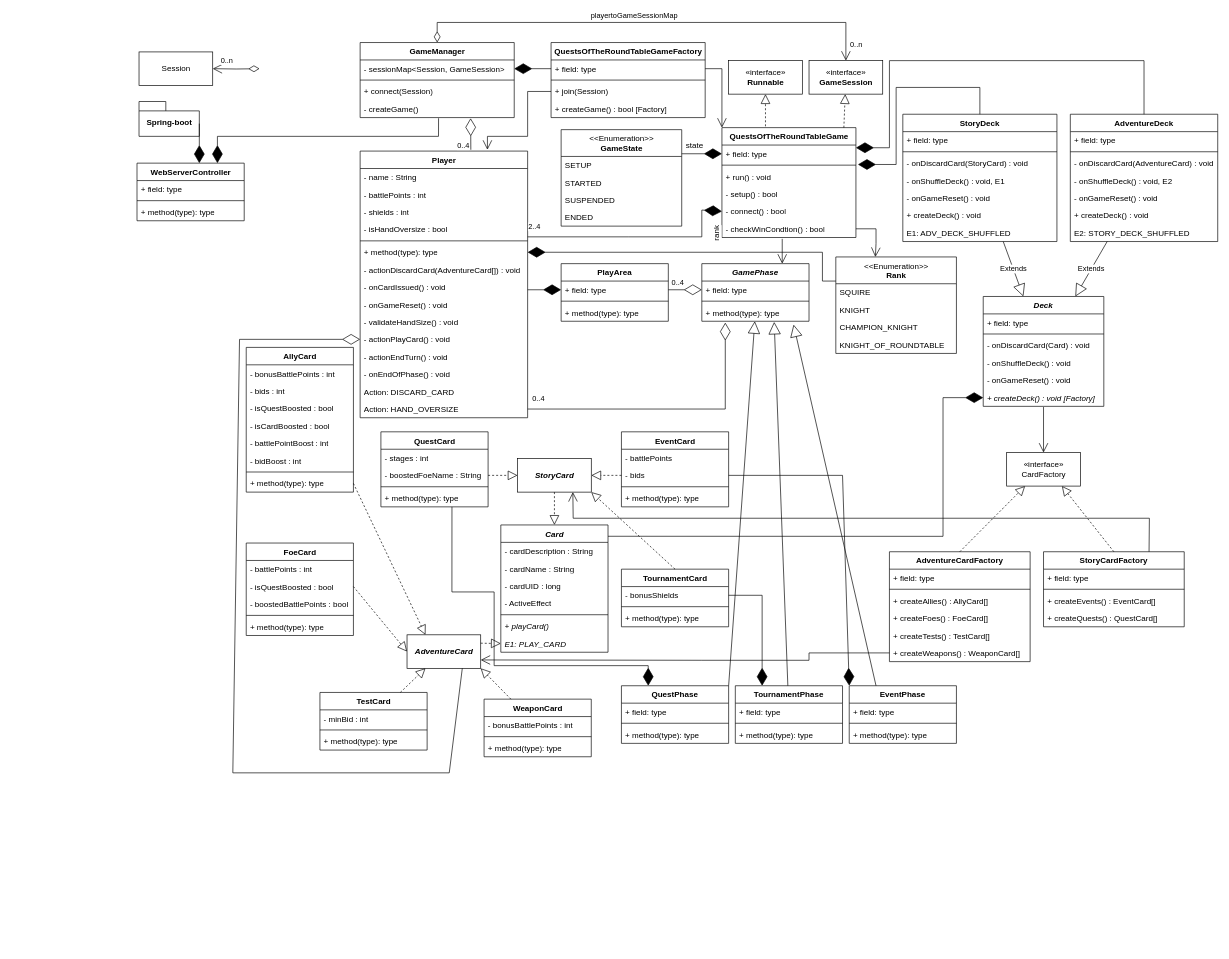
Earlier version of the draw.io diagram COMP3004G9Project-UML.drawio (Drazev/3004Project-Team9). Source tidied: cells renumbered, new cells numbered last; positions are measured from the earlier drawing's top-left corner, leaving out a move shared by most shapes. Both pictures are drawn from the tidied source at 67%, with x=0, y=0 at pixel (137, 22).
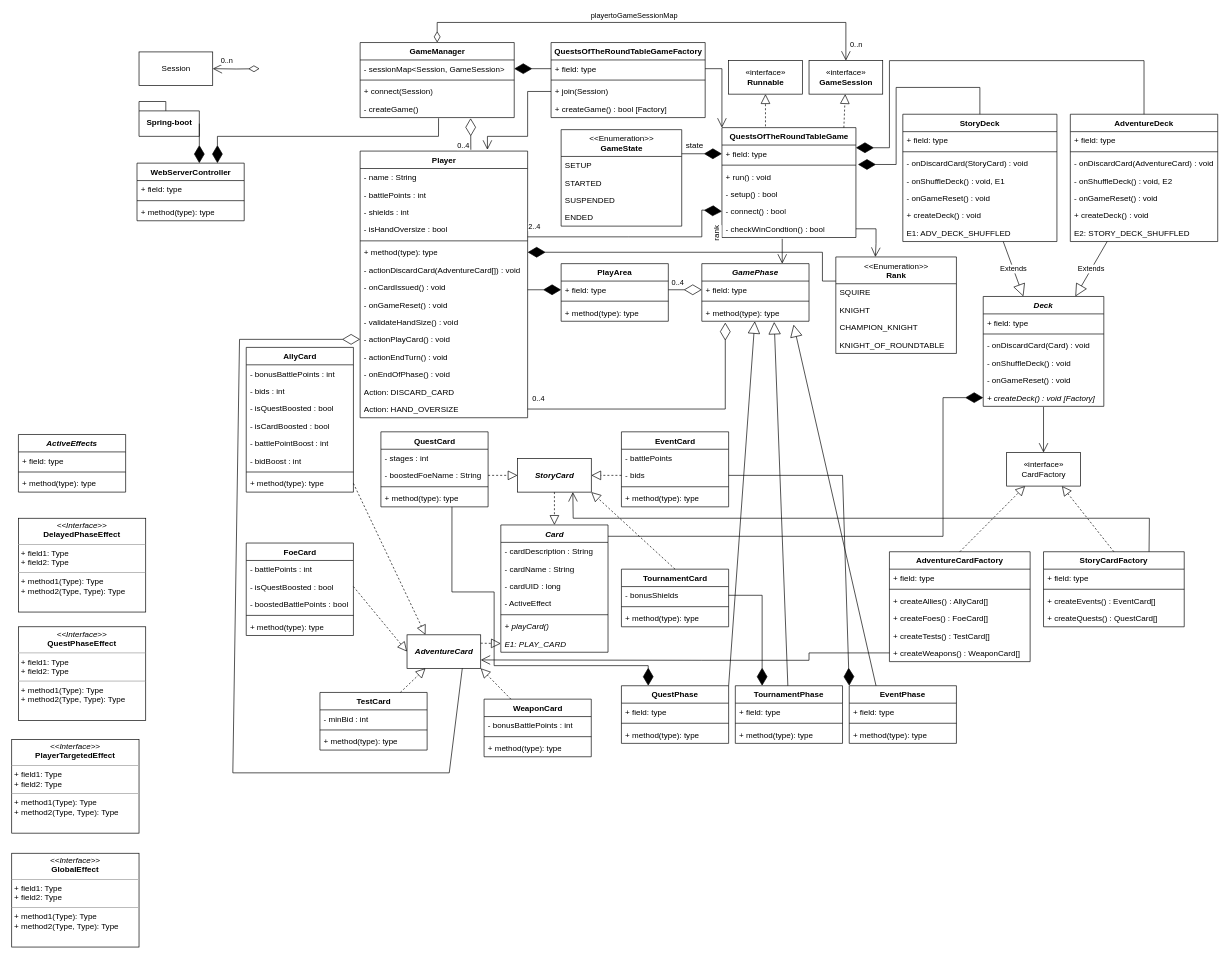
Above is the later version.

The edit, as a diff of the source:
```diff
@@
+    <mxCell id="208" value="&lt;p style=&quot;margin: 0px ; margin-top: 4px ; text-align: center&quot;&gt;&lt;i&gt;&amp;lt;&amp;lt;Interface&amp;gt;&amp;gt;&lt;/i&gt;&lt;br&gt;&lt;b&gt;DelayedPhaseEffect&lt;/b&gt;&lt;/p&gt;&lt;hr size=&quot;1&quot;&gt;&lt;p style=&quot;margin: 0px ; margin-left: 4px&quot;&gt;+ field1: Type&lt;br&gt;+ field2: Type&lt;/p&gt;&lt;hr size=&quot;1&quot;&gt;&lt;p style=&quot;margin: 0px ; margin-left: 4px&quot;&gt;+ method1(Type): Type&lt;br&gt;+ method2(Type, Type): Type&lt;/p&gt;" style="verticalAlign=top;align=left;overflow=fill;fontSize=12;fontFamily=Helvetica;html=1;" parent="1" vertex="1">
+      <mxGeometry x="-177" y="740" width="190" height="140" as="geometry" />
+    </mxCell>
+    <mxCell id="209" value="ActiveEffects" style="swimlane;fontStyle=3;align=center;verticalAlign=top;horizontal=1;startSize=26;" parent="1" vertex="1">
+      <mxGeometry x="-177" y="615" width="160" height="86" as="geometry" />
+    </mxCell>
+    <mxCell id="210" value="+ field: type" style="text;strokeColor=none;fillColor=none;align=left;verticalAlign=top;spacingLeft=4;spacingRight=4;overflow=hidden;" parent="209" vertex="1">
+      <mxGeometry y="26" width="160" height="26" as="geometry" />
+    </mxCell>
+    <mxCell id="211" style="line;strokeWidth=1;fillColor=none;align=left;verticalAlign=middle;spacingTop=-1;spacingLeft=3;spacingRight=3;labelPosition=right;" parent="209" vertex="1">
+      <mxGeometry y="52" width="160" height="8" as="geometry" />
+    </mxCell>
+    <mxCell id="212" value="+ method(type): type" style="text;strokeColor=none;fillColor=none;align=left;verticalAlign=top;spacingLeft=4;spacingRight=4;overflow=hidden;" parent="209" vertex="1">
+      <mxGeometry y="60" width="160" height="26" as="geometry" />
+    </mxCell>
+    <mxCell id="213" value="&lt;p style=&quot;margin: 0px ; margin-top: 4px ; text-align: center&quot;&gt;&lt;i&gt;&amp;lt;&amp;lt;Interface&amp;gt;&amp;gt;&lt;/i&gt;&lt;br&gt;&lt;b&gt;QuestPhaseEffect&lt;/b&gt;&lt;/p&gt;&lt;hr size=&quot;1&quot;&gt;&lt;p style=&quot;margin: 0px ; margin-left: 4px&quot;&gt;+ field1: Type&lt;br&gt;+ field2: Type&lt;/p&gt;&lt;hr size=&quot;1&quot;&gt;&lt;p style=&quot;margin: 0px ; margin-left: 4px&quot;&gt;+ method1(Type): Type&lt;br&gt;+ method2(Type, Type): Type&lt;/p&gt;" style="verticalAlign=top;align=left;overflow=fill;fontSize=12;fontFamily=Helvetica;html=1;" parent="1" vertex="1">
+      <mxGeometry x="-177" y="902" width="190" height="140" as="geometry" />
+    </mxCell>
+    <mxCell id="214" value="&lt;p style=&quot;margin: 0px ; margin-top: 4px ; text-align: center&quot;&gt;&lt;i&gt;&amp;lt;&amp;lt;Interface&amp;gt;&amp;gt;&lt;/i&gt;&lt;br&gt;&lt;b&gt;PlayerTargetedEffect&lt;/b&gt;&lt;/p&gt;&lt;hr size=&quot;1&quot;&gt;&lt;p style=&quot;margin: 0px ; margin-left: 4px&quot;&gt;+ field1: Type&lt;br&gt;+ field2: Type&lt;/p&gt;&lt;hr size=&quot;1&quot;&gt;&lt;p style=&quot;margin: 0px ; margin-left: 4px&quot;&gt;+ method1(Type): Type&lt;br&gt;+ method2(Type, Type): Type&lt;/p&gt;" style="verticalAlign=top;align=left;overflow=fill;fontSize=12;fontFamily=Helvetica;html=1;" parent="1" vertex="1">
+      <mxGeometry x="-187" y="1070" width="190" height="140" as="geometry" />
+    </mxCell>
+    <mxCell id="215" value="&lt;p style=&quot;margin: 0px ; margin-top: 4px ; text-align: center&quot;&gt;&lt;i&gt;&amp;lt;&amp;lt;Interface&amp;gt;&amp;gt;&lt;/i&gt;&lt;br&gt;&lt;b&gt;GlobalEffect&lt;/b&gt;&lt;/p&gt;&lt;hr size=&quot;1&quot;&gt;&lt;p style=&quot;margin: 0px ; margin-left: 4px&quot;&gt;+ field1: Type&lt;br&gt;+ field2: Type&lt;/p&gt;&lt;hr size=&quot;1&quot;&gt;&lt;p style=&quot;margin: 0px ; margin-left: 4px&quot;&gt;+ method1(Type): Type&lt;br&gt;+ method2(Type, Type): Type&lt;/p&gt;" style="verticalAlign=top;align=left;overflow=fill;fontSize=12;fontFamily=Helvetica;html=1;" parent="1" vertex="1">
+      <mxGeometry x="-187" y="1240" width="190" height="140" as="geometry" />
+    </mxCell>
```
